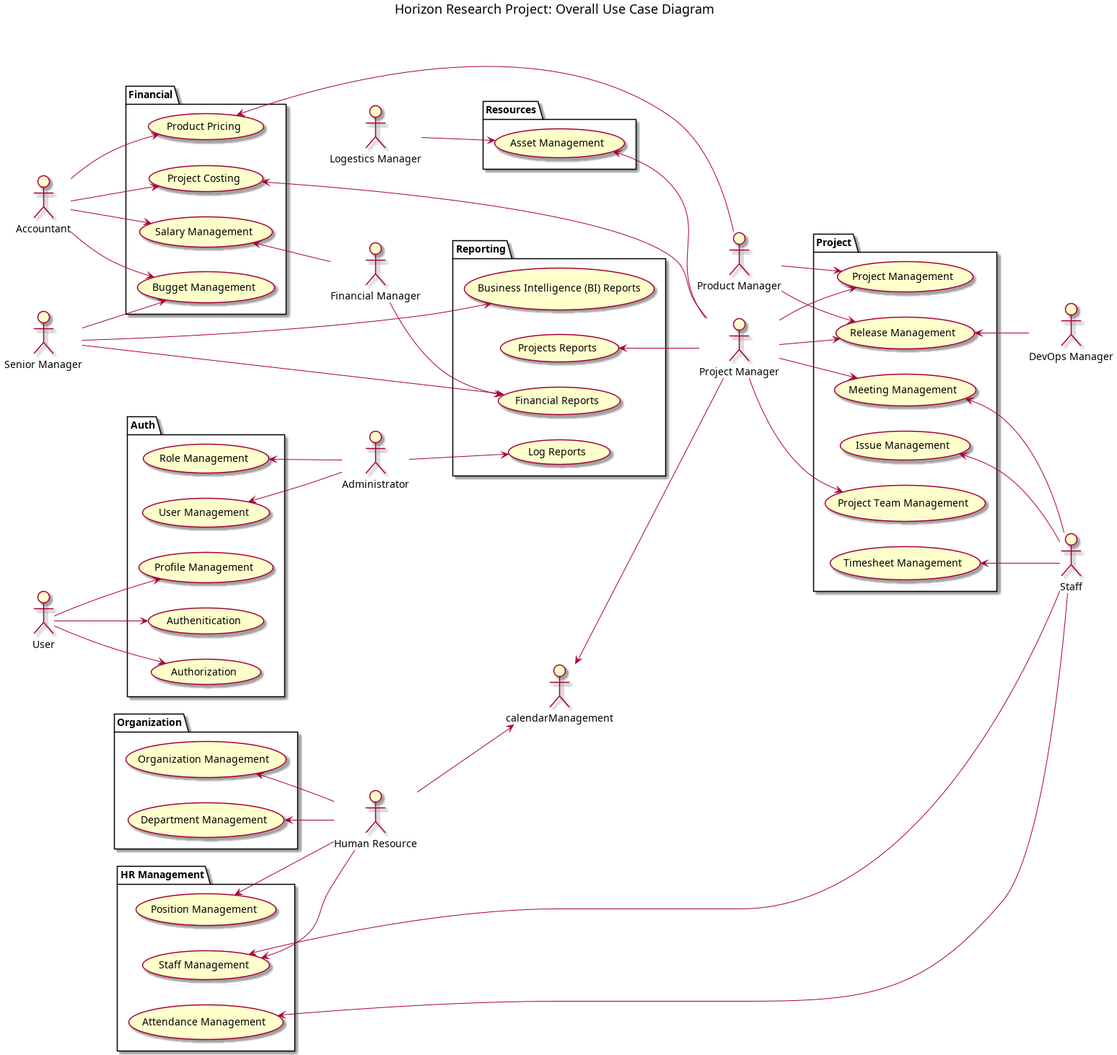
mahyaresteki/Horizon keeps this PlantUML diagram as HorizonUml/out/UseCase/Use Case/Overall/OverallUseCaseDiagram.png. Above is the earlier version.
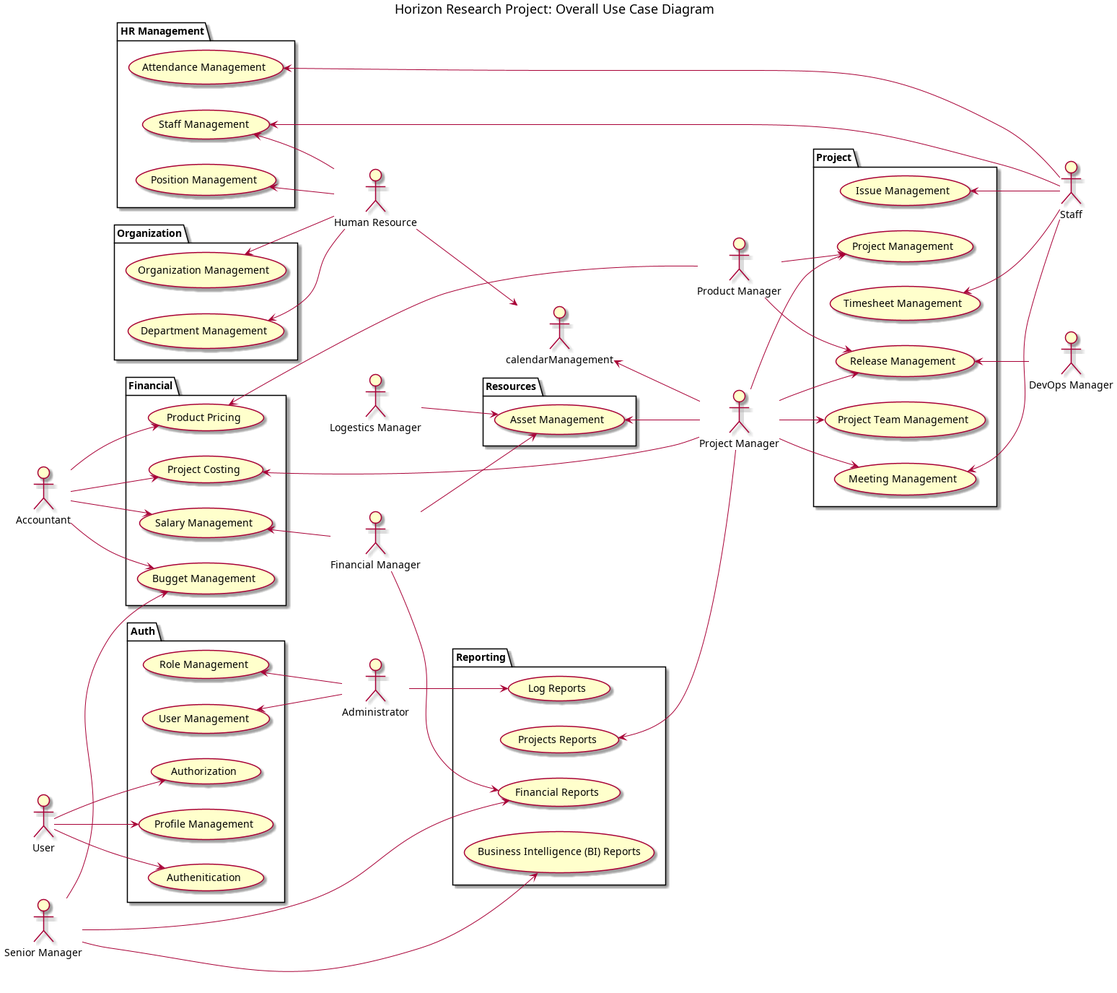
The same file after the commit.

What changed in the source:
```diff
@@ -96,6 +96,7 @@
 assetManagement <-- PMO
 calendarManagement <-- PMO
 LogesticsManager --> assetManagement
+Fmanager --> assetManagement
 
 releaseManagement <-- DevOpsManager
 issueManagement <-- Staff
```
